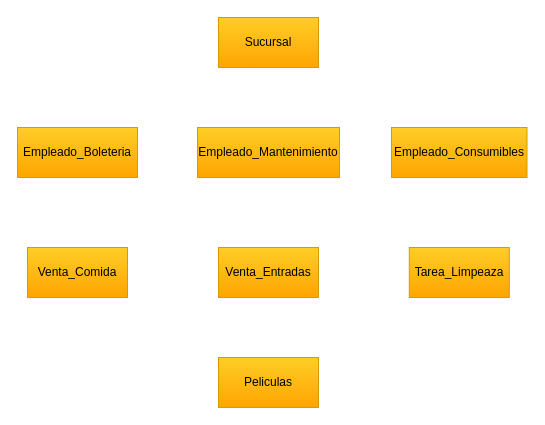
Before: ORGANIGRAMA.drawio in NahuelLV/Base-de-Datos, a draw.io diagram. Source tidied: cells renumbered, new cells numbered last; positions are measured from the earlier drawing's top-left corner, leaving out a move shared by most shapes. Both pictures are drawn from the tidied source at 100%, with x=0, y=0 at pixel (17, 17).
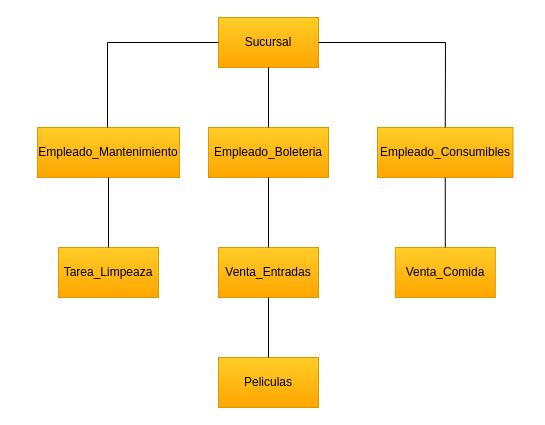
The same page after the edit.

Diff of the diagram source:
```diff
@@
 <mxGraphModel>
   <root>
     <mxCell id="0" />
     <mxCell id="1" parent="0" />
     <mxCell id="2" value="Empleado_Boleteria" style="rounded=0;whiteSpace=wrap;html=1;fillColor=#ffcd28;gradientColor=#ffa500;strokeColor=#d79b00;" parent="1" vertex="1">
-      <mxGeometry y="110" width="120" height="50" as="geometry" />
+      <mxGeometry x="191" y="110" width="120" height="50" as="geometry" />
     </mxCell>
     <mxCell id="3" value="Sucursal" style="rounded=0;whiteSpace=wrap;html=1;fillColor=#ffcd28;gradientColor=#ffa500;strokeColor=#d79b00;" parent="1" vertex="1">
       <mxGeometry x="201" width="100" height="50" as="geometry" />
     </mxCell>
     <mxCell id="4" value="Empleado_Consumibles" style="rounded=0;whiteSpace=wrap;html=1;fillColor=#ffcd28;gradientColor=#ffa500;strokeColor=#d79b00;" parent="1" vertex="1">
-      <mxGeometry x="374" y="110" width="135.5" height="50" as="geometry" />
+      <mxGeometry x="360" y="110" width="135.5" height="50" as="geometry" />
     </mxCell>
     <mxCell id="5" value="Empleado_Mantenimiento" style="rounded=0;whiteSpace=wrap;html=1;fillColor=#ffcd28;gradientColor=#ffa500;strokeColor=#d79b00;" parent="1" vertex="1">
-      <mxGeometry x="180" y="110" width="142" height="50" as="geometry" />
+      <mxGeometry x="20" y="110" width="142" height="50" as="geometry" />
     </mxCell>
     <mxCell id="6" value="Venta_Comida" style="rounded=0;whiteSpace=wrap;html=1;fillColor=#ffcd28;gradientColor=#ffa500;strokeColor=#d79b00;" parent="1" vertex="1">
-      <mxGeometry x="10" y="230" width="100" height="50" as="geometry" />
+      <mxGeometry x="377.8" y="230" width="100" height="50" as="geometry" />
     </mxCell>
     <mxCell id="7" value="Venta_Entradas" style="rounded=0;whiteSpace=wrap;html=1;fillColor=#ffcd28;gradientColor=#ffa500;strokeColor=#d79b00;" parent="1" vertex="1">
       <mxGeometry x="201" y="230" width="100" height="50" as="geometry" />
     </mxCell>
     <mxCell id="8" value="Tarea_Limpeaza" style="rounded=0;whiteSpace=wrap;html=1;fillColor=#ffcd28;gradientColor=#ffa500;strokeColor=#d79b00;" parent="1" vertex="1">
-      <mxGeometry x="391.8" y="230" width="100" height="50" as="geometry" />
+      <mxGeometry x="41" y="230" width="100" height="50" as="geometry" />
     </mxCell>
     <mxCell id="9" value="Peliculas" style="rounded=0;whiteSpace=wrap;html=1;fillColor=#ffcd28;gradientColor=#ffa500;strokeColor=#d79b00;" parent="1" vertex="1">
       <mxGeometry x="201" y="340" width="100" height="50" as="geometry" />
     </mxCell>
+    <mxCell id="10" style="endArrow=none;html=1;rounded=0;entryX=0;entryY=0.5;entryDx=0;entryDy=0;" parent="1" edge="1" target="3">
+      <mxGeometry relative="1" as="geometry">
+        <mxPoint x="90" y="110" as="sourcePoint" />
+        <Array as="points">
+          <mxPoint x="90" y="25" />
+        </Array>
+      </mxGeometry>
+    </mxCell>
+    <mxCell id="11" style="endArrow=none;html=1;rounded=0;entryX=1;entryY=0.5;entryDx=0;entryDy=0;exitX=0.5;exitY=0;exitDx=0;exitDy=0;" parent="1" edge="1" source="4" target="3">
+      <mxGeometry relative="1" as="geometry">
+        <Array as="points">
+          <mxPoint x="428" y="25" />
+        </Array>
+      </mxGeometry>
+    </mxCell>
+    <mxCell id="12" style="endArrow=none;html=1;rounded=0;entryX=0.5;entryY=1;entryDx=0;entryDy=0;exitX=0.5;exitY=0;exitDx=0;exitDy=0;" parent="1" edge="1" source="2" target="3">
+      <mxGeometry relative="1" as="geometry" />
+    </mxCell>
+    <mxCell id="13" style="endArrow=none;html=1;rounded=0;entryX=0.5;entryY=1;entryDx=0;entryDy=0;exitX=0.5;exitY=0;exitDx=0;exitDy=0;" parent="1" edge="1" source="8" target="5">
+      <mxGeometry relative="1" as="geometry" />
+    </mxCell>
+    <mxCell id="14" style="endArrow=none;html=1;rounded=0;entryX=0.5;entryY=1;entryDx=0;entryDy=0;exitX=0.5;exitY=0;exitDx=0;exitDy=0;" parent="1" edge="1" source="7" target="2">
+      <mxGeometry relative="1" as="geometry" />
+    </mxCell>
+    <mxCell id="15" style="endArrow=none;html=1;rounded=0;entryX=0.5;entryY=1;entryDx=0;entryDy=0;exitX=0.5;exitY=0;exitDx=0;exitDy=0;" parent="1" edge="1" source="6" target="4">
+      <mxGeometry relative="1" as="geometry" />
+    </mxCell>
+    <mxCell id="16" style="endArrow=none;html=1;rounded=0;entryX=0.5;entryY=1;entryDx=0;entryDy=0;exitX=0.5;exitY=0;exitDx=0;exitDy=0;" parent="1" edge="1" source="9" target="7">
+      <mxGeometry relative="1" as="geometry" />
+    </mxCell>
   </root>
 </mxGraphModel>
```
